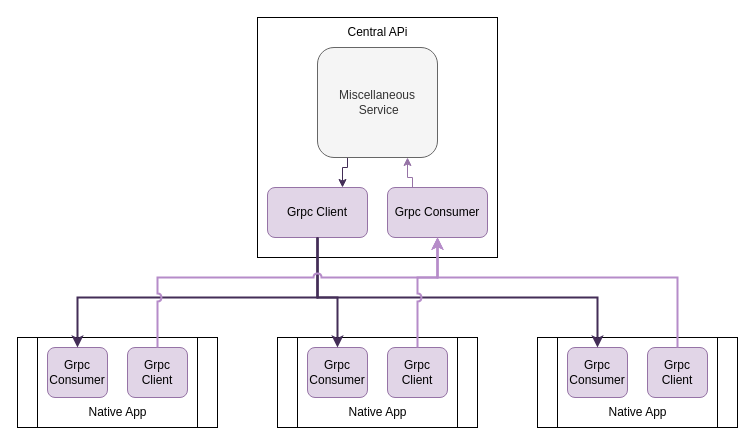
The draw.io diagram CopyOrder.drawio in ArturArtimonte/diagrans, before the edit. Source tidied: cells renumbered, new cells numbered last; positions are measured from the earlier drawing's top-left corner, leaving out a move shared by most shapes. Both pictures are drawn from the tidied source at 100%, with x=0, y=0 at pixel (17, 17).
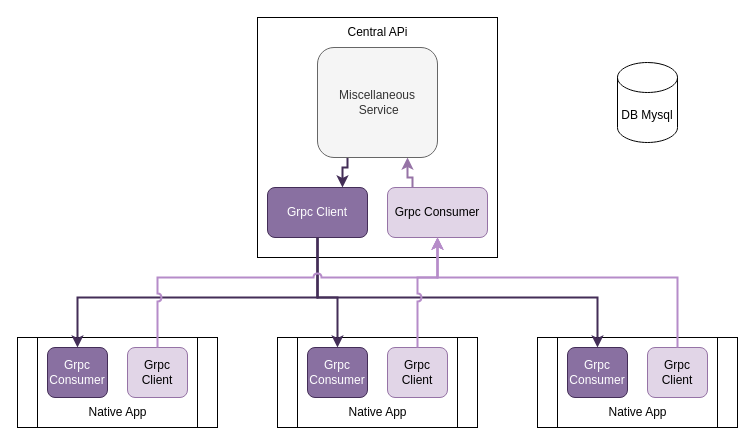
After the change.

The change refers to these unchanged cells:
```xml
<mxCell id="6" value="Grpc Consumer" style="rounded=1;whiteSpace=wrap;html=1;fillColor=#e1d5e7;strokeColor=#9673a6;" parent="1" vertex="1">
  <mxGeometry x="370" y="170" width="100" height="50" as="geometry" />
</mxCell>
<mxCell id="8" value="Miscellaneous&lt;br&gt;&amp;nbsp;Service" style="rounded=1;whiteSpace=wrap;html=1;fillColor=#f5f5f5;strokeColor=#666666;fontColor=#333333;" parent="1" vertex="1">
  <mxGeometry x="300" y="30" width="120" height="110" as="geometry" />
</mxCell>
```

Diff of the diagram source:
```diff
@@
-    <mxCell id="4" value="Grpc Client" style="rounded=1;whiteSpace=wrap;html=1;fillColor=#e1d5e7;strokeColor=#9673a6;" parent="1" vertex="1">
+    <mxCell id="4" value="Grpc Client" style="rounded=1;whiteSpace=wrap;html=1;fillColor=#8970A1;strokeColor=#432D57;fontColor=#ffffff;" parent="1" vertex="1">
       <mxGeometry x="250" y="170" width="100" height="50" as="geometry" />
     </mxCell>
-    <mxCell id="5" style="edgeStyle=orthogonalEdgeStyle;rounded=0;jettySize=auto;html=1;exitX=0.25;exitY=0;exitDx=0;exitDy=0;entryX=0.75;entryY=1;entryDx=0;entryDy=0;fillColor=#e1d5e7;strokeColor=#9673a6;" parent="1" edge="1" source="6" target="8">
+    <mxCell id="5" style="edgeStyle=orthogonalEdgeStyle;rounded=0;jettySize=auto;html=1;exitX=0.25;exitY=0;exitDx=0;exitDy=0;entryX=0.75;entryY=1;entryDx=0;entryDy=0;fillColor=#e1d5e7;strokeColor=#9673a6;strokeWidth=2;" parent="1" edge="1" source="6" target="8">
       <mxGeometry relative="1" as="geometry">
         <Array as="points">
           <mxPoint x="395" y="160" />
           <mxPoint x="390" y="160" />
         </Array>
       </mxGeometry>
     </mxCell>
@@
-    <mxCell id="7" style="edgeStyle=orthogonalEdgeStyle;rounded=0;jettySize=auto;html=1;exitX=0.25;exitY=1;exitDx=0;exitDy=0;entryX=0.75;entryY=0;entryDx=0;entryDy=0;fillColor=#76608a;strokeColor=#432D57;" parent="1" edge="1" source="8" target="4">
+    <mxCell id="7" style="edgeStyle=orthogonalEdgeStyle;rounded=0;jettySize=auto;html=1;exitX=0.25;exitY=1;exitDx=0;exitDy=0;entryX=0.75;entryY=0;entryDx=0;entryDy=0;fillColor=#76608a;strokeColor=#432D57;strokeWidth=2;" parent="1" edge="1" source="8" target="4">
       <mxGeometry relative="1" as="geometry">
         <Array as="points">
           <mxPoint x="330" y="150" />
           <mxPoint x="325" y="150" />
         </Array>
       </mxGeometry>
     </mxCell>
@@
-    <mxCell id="12" value="Grpc Consumer" style="rounded=1;whiteSpace=wrap;html=1;fillColor=#e1d5e7;strokeColor=#9673a6;" parent="1" vertex="1">
+    <mxCell id="12" value="Grpc Consumer" style="rounded=1;whiteSpace=wrap;html=1;fillColor=#8970A1;strokeColor=#432D57;fontColor=#ffffff;" parent="1" vertex="1">
       <mxGeometry x="30" y="330" width="60" height="50" as="geometry" />
     </mxCell>
@@
-    <mxCell id="16" value="Grpc Consumer" style="rounded=1;whiteSpace=wrap;html=1;fillColor=#e1d5e7;strokeColor=#9673a6;" parent="1" vertex="1">
+    <mxCell id="16" value="Grpc Consumer" style="rounded=1;whiteSpace=wrap;html=1;fillColor=#8970A1;strokeColor=#432D57;fontColor=#ffffff;" parent="1" vertex="1">
       <mxGeometry x="290" y="330" width="60" height="50" as="geometry" />
     </mxCell>
@@
-    <mxCell id="20" value="Grpc Consumer" style="rounded=1;whiteSpace=wrap;html=1;fillColor=#e1d5e7;strokeColor=#9673a6;" parent="1" vertex="1">
+    <mxCell id="20" value="Grpc Consumer" style="rounded=1;whiteSpace=wrap;html=1;fillColor=#8970A1;strokeColor=#432D57;fontColor=#ffffff;" parent="1" vertex="1">
       <mxGeometry x="550" y="330" width="60" height="50" as="geometry" />
     </mxCell>
@@
+    <mxCell id="27" value="DB Mysql" style="shape=cylinder3;whiteSpace=wrap;html=1;boundedLbl=1;backgroundOutline=1;size=15;" parent="1" vertex="1">
+      <mxGeometry x="600" y="45" width="60" height="80" as="geometry" />
+    </mxCell>
```
